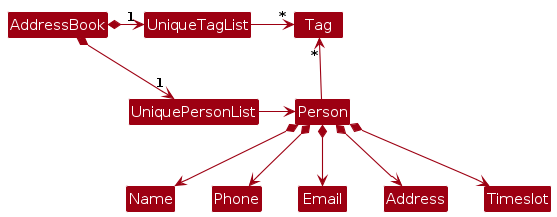
Before: diagrams/BetterModelClassDiagram.png, a diagram exported from PlantUML (AY2526S2-CS2103-F11-3/tp). Its source is kept beside it as diagrams/BetterModelClassDiagram.puml.
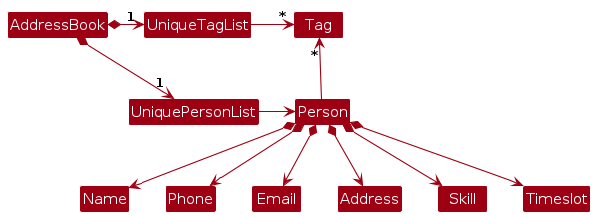
Later version of the same file.

The edit, as a diff of the source:
```diff
@@ -18,5 +18,6 @@
 Person *--> Phone
 Person *--> Email
 Person *--> Address
+Person *--> Skill
 Person *--> Timeslot
 @enduml
```
